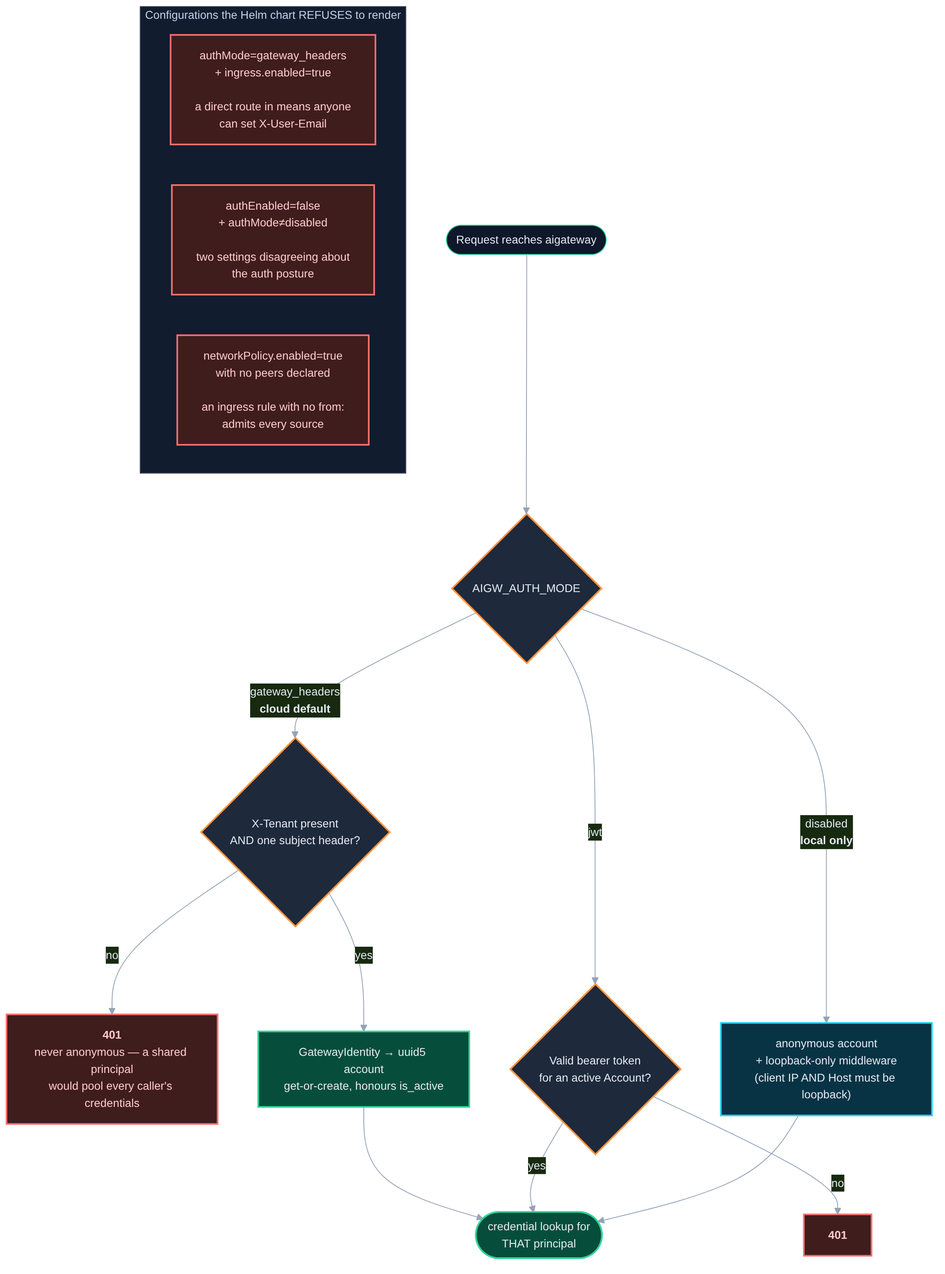
Above: docs/diagrams/gateway-identity-auth-modes.png in OpenMined/screamingface (Mermaid), before the change. Its source is kept beside it as docs/diagrams/gateway-identity-auth-modes.mmd.
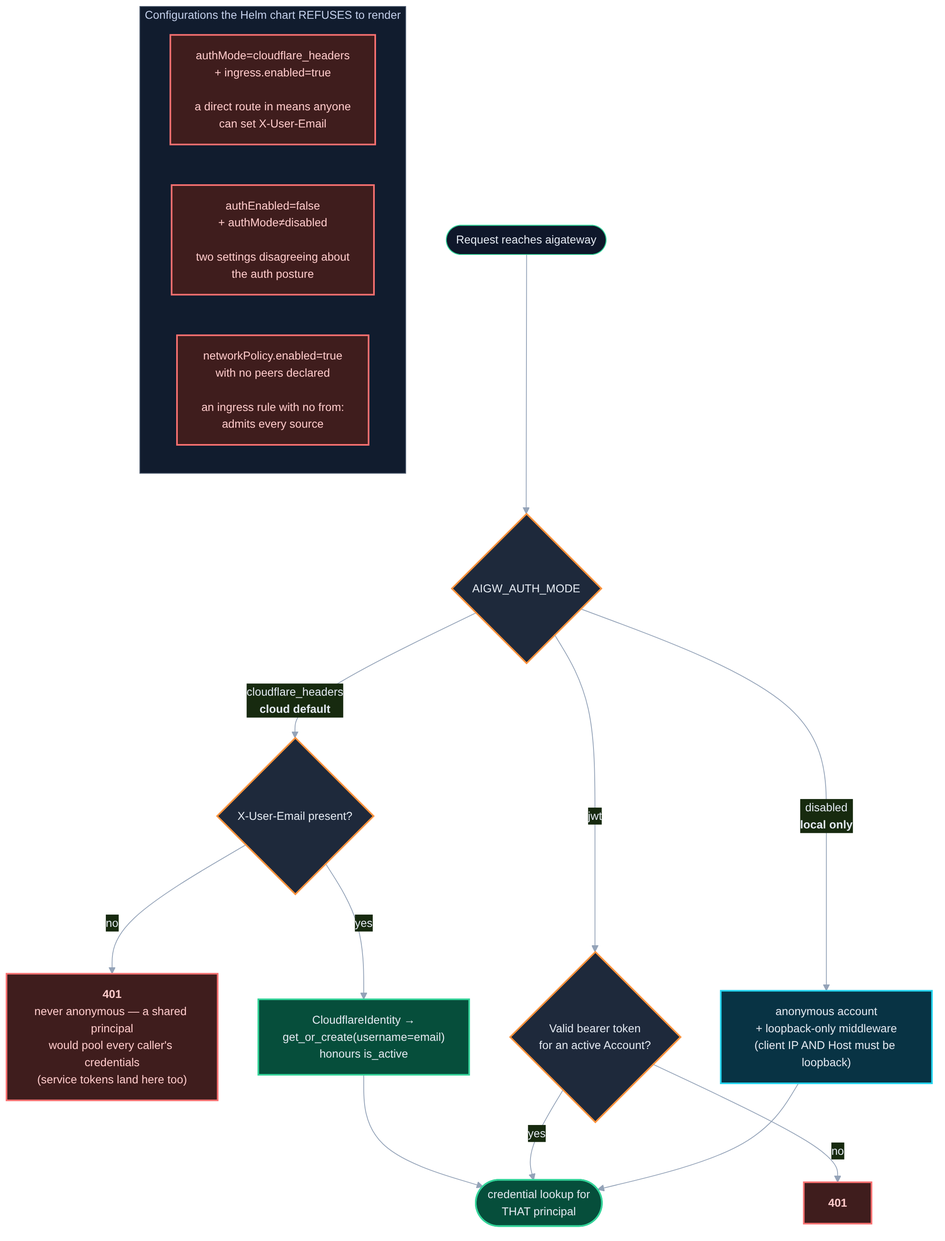
The same diagram one commit later.

What changed in the source:
```diff
@@ -2,9 +2,9 @@
 flowchart TB
     REQ(["Request reaches aigateway"]) --> MODE{"AIGW_AUTH_MODE"}
 
-    MODE -->|gateway_headers<br/><b>cloud default</b>| H1{"X-Tenant present<br/>AND one subject header?"}
-    H1 -->|no| H401["<b>401</b><br/>never anonymous — a shared principal<br/>would pool every caller's credentials"]
-    H1 -->|yes| HACC["GatewayIdentity → uuid5 account<br/>get-or-create, honours is_active"]
+    MODE -->|cloudflare_headers<br/><b>cloud default</b>| H1{"X-User-Email present?"}
+    H1 -->|no| H401["<b>401</b><br/>never anonymous — a shared principal<br/>would pool every caller's credentials<br/>(service tokens land here too)"]
+    H1 -->|yes| HACC["CloudflareIdentity →<br/>get_or_create(username=email)<br/>honours is_active"]
     HACC --> OK(["credential lookup for<br/>THAT principal"])
 
     MODE -->|jwt| J1{"Valid bearer token<br/>for an active Account?"}
@@ -15,7 +15,7 @@
     D1 --> OK
 
     subgraph REFUSED["Configurations the Helm chart REFUSES to render"]
-        R1["authMode=gateway_headers<br/>+ ingress.enabled=true<br/><br/>a direct route in means anyone<br/>can set X-User-Email"]
+        R1["authMode=cloudflare_headers<br/>+ ingress.enabled=true<br/><br/>a direct route in means anyone<br/>can set X-User-Email"]
         R2["authEnabled=false<br/>+ authMode≠disabled<br/><br/>two settings disagreeing about<br/>the auth posture"]
         R3["networkPolicy.enabled=true<br/>with no peers declared<br/><br/>an ingress rule with no from:<br/>admits every source"]
     end
```
